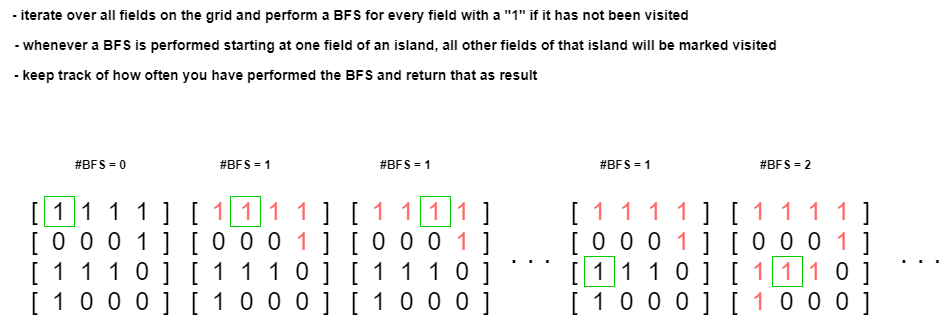
Above: Python3/img/NumberOfIslands.png in ashiven/leetcode-solutions (draw.io), before the change. Source tidied: cells renumbered, new cells last; positions are measured from the earlier drawing's top-left corner, leaving out a move shared by most shapes.
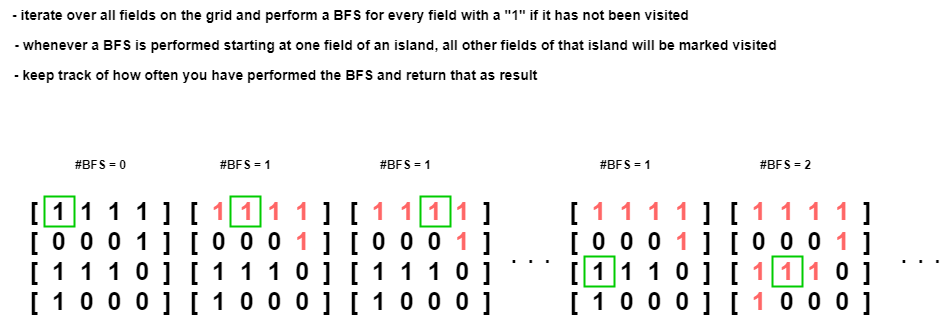
Above is the later version.

The edit, as a diff of the source:
```diff
@@ -1,65 +1,65 @@
-<mxGraphModel>
+<mxGraphModel background="#ffffff">
   <root>
     <mxCell id="0" />
     <mxCell id="1" parent="0" />
-    <mxCell id="2" value="[&amp;nbsp; &lt;font color=&quot;#ff6666&quot;&gt;1&lt;/font&gt;&amp;nbsp; &lt;font color=&quot;#ff6666&quot;&gt;1&lt;/font&gt;&amp;nbsp; &lt;font color=&quot;#ff6666&quot;&gt;1&lt;/font&gt;&amp;nbsp; &lt;font color=&quot;#ff6666&quot;&gt;1&lt;/font&gt;&amp;nbsp; ]&lt;br style=&quot;font-size: 25px;&quot;&gt;[&amp;nbsp; 0&amp;nbsp; 0&amp;nbsp; 0&amp;nbsp; &lt;font color=&quot;#ff6666&quot;&gt;1&lt;/font&gt;&amp;nbsp; ]&lt;br style=&quot;font-size: 25px;&quot;&gt;[&amp;nbsp; &lt;font color=&quot;#ff6666&quot;&gt;1&lt;/font&gt;&amp;nbsp; &lt;font color=&quot;#ff6666&quot;&gt;1&amp;nbsp; 1&lt;/font&gt;&amp;nbsp; 0&amp;nbsp; ]&lt;br style=&quot;font-size: 25px;&quot;&gt;[&amp;nbsp; &lt;font color=&quot;#ff6666&quot;&gt;1&lt;/font&gt;&amp;nbsp; 0&amp;nbsp; 0&amp;nbsp; 0&amp;nbsp; ]" style="text;html=1;align=center;verticalAlign=middle;strokeColor=none;fillColor=none;fontSize=25;" parent="1" vertex="1">
-      <mxGeometry x="720" y="190" width="160" height="130" as="geometry" />
+    <mxCell id="2" value="[&amp;nbsp; &lt;font color=&quot;#ff6666&quot;&gt;1&lt;/font&gt;&amp;nbsp; &lt;font color=&quot;#ff6666&quot;&gt;1&lt;/font&gt;&amp;nbsp; &lt;font color=&quot;#ff6666&quot;&gt;1&lt;/font&gt;&amp;nbsp; &lt;font color=&quot;#ff6666&quot;&gt;1&lt;/font&gt;&amp;nbsp; ]&lt;br style=&quot;font-size: 25px;&quot;&gt;[&amp;nbsp; 0&amp;nbsp; 0&amp;nbsp; 0&amp;nbsp; &lt;font color=&quot;#ff6666&quot;&gt;1&lt;/font&gt;&amp;nbsp; ]&lt;br style=&quot;font-size: 25px;&quot;&gt;[&amp;nbsp; &lt;font color=&quot;#ff6666&quot;&gt;1&lt;/font&gt;&amp;nbsp; &lt;font color=&quot;#ff6666&quot;&gt;1&amp;nbsp; 1&lt;/font&gt;&amp;nbsp; 0&amp;nbsp; ]&lt;br style=&quot;font-size: 25px;&quot;&gt;[&amp;nbsp; &lt;font color=&quot;#ff6666&quot;&gt;1&lt;/font&gt;&amp;nbsp; 0&amp;nbsp; 0&amp;nbsp; 0&amp;nbsp; ]" style="text;html=1;align=center;verticalAlign=middle;strokeColor=none;fillColor=none;fontSize=25;fontStyle=1;strokeWidth=2;" parent="1" vertex="1">
+      <mxGeometry x="715" y="190" width="170" height="130" as="geometry" />
     </mxCell>
-    <mxCell id="3" style="rounded=0;whiteSpace=wrap;html=1;fillColor=none;strokeColor=#00CC00;" parent="1" vertex="1">
+    <mxCell id="3" style="rounded=0;whiteSpace=wrap;html=1;fillColor=none;strokeColor=#00CC00;fontStyle=1;strokeWidth=2;" parent="1" vertex="1">
       <mxGeometry x="772" y="256" width="30" height="30" as="geometry" />
     </mxCell>
-    <mxCell id="4" value="- iterate over all fields on the grid and perform a BFS for every field with a &quot;1&quot; if it has not been visited" style="text;html=1;align=center;verticalAlign=middle;strokeColor=none;fillColor=none;fontStyle=1;fontSize=14;" parent="1" vertex="1">
+    <mxCell id="4" value="- iterate over all fields on the grid and perform a BFS for every field with a &quot;1&quot; if it has not been visited" style="text;html=1;align=center;verticalAlign=middle;strokeColor=none;fillColor=none;fontStyle=1;fontSize=14;strokeWidth=2;" parent="1" vertex="1">
       <mxGeometry width="700" height="30" as="geometry" />
     </mxCell>
-    <mxCell id="5" value="- keep track of how often you have performed the BFS and return that as result" style="text;html=1;align=center;verticalAlign=middle;strokeColor=none;fillColor=none;fontStyle=1;fontSize=14;" parent="1" vertex="1">
+    <mxCell id="5" value="- keep track of how often you have performed the BFS and return that as result" style="text;html=1;align=center;verticalAlign=middle;strokeColor=none;fillColor=none;fontStyle=1;fontSize=14;strokeWidth=2;" parent="1" vertex="1">
       <mxGeometry y="60" width="550" height="30" as="geometry" />
     </mxCell>
-    <mxCell id="6" value="- whenever a BFS is performed starting at one field of an island, all other fields of that island will be marked visited" style="text;html=1;align=center;verticalAlign=middle;strokeColor=none;fillColor=none;fontStyle=1;fontSize=14;" parent="1" vertex="1">
+    <mxCell id="6" value="- whenever a BFS is performed starting at one field of an island, all other fields of that island will be marked visited" style="text;html=1;align=center;verticalAlign=middle;strokeColor=none;fillColor=none;fontStyle=1;fontSize=14;strokeWidth=2;" parent="1" vertex="1">
       <mxGeometry y="30" width="790" height="30" as="geometry" />
     </mxCell>
-    <mxCell id="7" value="[&amp;nbsp; 1&amp;nbsp; 1&amp;nbsp; 1&amp;nbsp; 1&amp;nbsp; ]&lt;br style=&quot;font-size: 25px;&quot;&gt;[&amp;nbsp; 0&amp;nbsp; 0&amp;nbsp; 0&amp;nbsp; 1&amp;nbsp; ]&lt;br style=&quot;font-size: 25px;&quot;&gt;[&amp;nbsp; 1&amp;nbsp; 1&amp;nbsp; 1&amp;nbsp; 0&amp;nbsp; ]&lt;br style=&quot;font-size: 25px;&quot;&gt;[&amp;nbsp; 1&amp;nbsp; 0&amp;nbsp; 0&amp;nbsp; 0&amp;nbsp; ]" style="text;html=1;align=center;verticalAlign=middle;strokeColor=none;fillColor=none;fontSize=25;" parent="1" vertex="1">
-      <mxGeometry x="20" y="190" width="160" height="130" as="geometry" />
+    <mxCell id="7" value="[&amp;nbsp; 1&amp;nbsp; 1&amp;nbsp; 1&amp;nbsp; 1&amp;nbsp; ]&lt;br style=&quot;font-size: 25px;&quot;&gt;[&amp;nbsp; 0&amp;nbsp; 0&amp;nbsp; 0&amp;nbsp; 1&amp;nbsp; ]&lt;br style=&quot;font-size: 25px;&quot;&gt;[&amp;nbsp; 1&amp;nbsp; 1&amp;nbsp; 1&amp;nbsp; 0&amp;nbsp; ]&lt;br style=&quot;font-size: 25px;&quot;&gt;[&amp;nbsp; 1&amp;nbsp; 0&amp;nbsp; 0&amp;nbsp; 0&amp;nbsp; ]" style="text;html=1;align=center;verticalAlign=middle;strokeColor=none;fillColor=none;fontSize=25;fontStyle=1;strokeWidth=2;" parent="1" vertex="1">
+      <mxGeometry x="15" y="190" width="170" height="130" as="geometry" />
     </mxCell>
-    <mxCell id="8" style="rounded=0;whiteSpace=wrap;html=1;fillColor=none;strokeColor=#00CC00;" parent="1" vertex="1">
+    <mxCell id="8" style="rounded=0;whiteSpace=wrap;html=1;fillColor=none;strokeColor=#00CC00;fontStyle=1;strokeWidth=2;" parent="1" vertex="1">
       <mxGeometry x="44" y="196" width="30" height="30" as="geometry" />
     </mxCell>
-    <mxCell id="9" value="[&amp;nbsp; &lt;font color=&quot;#ff6666&quot;&gt;1&lt;/font&gt;&amp;nbsp; &lt;font color=&quot;#ff6666&quot;&gt;1&lt;/font&gt;&amp;nbsp; &lt;font color=&quot;#ff6666&quot;&gt;1&lt;/font&gt;&amp;nbsp; &lt;font color=&quot;#ff6666&quot;&gt;1&lt;/font&gt;&amp;nbsp; ]&lt;br style=&quot;font-size: 25px;&quot;&gt;[&amp;nbsp; 0&amp;nbsp; 0&amp;nbsp; 0&amp;nbsp; &lt;font color=&quot;#ff6666&quot;&gt;1&lt;/font&gt;&amp;nbsp; ]&lt;br style=&quot;font-size: 25px;&quot;&gt;[&amp;nbsp; 1&amp;nbsp; 1&amp;nbsp; 1&amp;nbsp; 0&amp;nbsp; ]&lt;br style=&quot;font-size: 25px;&quot;&gt;[&amp;nbsp; 1&amp;nbsp; 0&amp;nbsp; 0&amp;nbsp; 0&amp;nbsp; ]" style="text;html=1;align=center;verticalAlign=middle;strokeColor=none;fillColor=none;fontSize=25;" parent="1" vertex="1">
-      <mxGeometry x="180" y="190" width="160" height="130" as="geometry" />
+    <mxCell id="9" value="[&amp;nbsp; &lt;font color=&quot;#ff6666&quot;&gt;1&lt;/font&gt;&amp;nbsp; &lt;font color=&quot;#ff6666&quot;&gt;1&lt;/font&gt;&amp;nbsp; &lt;font color=&quot;#ff6666&quot;&gt;1&lt;/font&gt;&amp;nbsp; &lt;font color=&quot;#ff6666&quot;&gt;1&lt;/font&gt;&amp;nbsp; ]&lt;br style=&quot;font-size: 25px;&quot;&gt;[&amp;nbsp; 0&amp;nbsp; 0&amp;nbsp; 0&amp;nbsp; &lt;font color=&quot;#ff6666&quot;&gt;1&lt;/font&gt;&amp;nbsp; ]&lt;br style=&quot;font-size: 25px;&quot;&gt;[&amp;nbsp; 1&amp;nbsp; 1&amp;nbsp; 1&amp;nbsp; 0&amp;nbsp; ]&lt;br style=&quot;font-size: 25px;&quot;&gt;[&amp;nbsp; 1&amp;nbsp; 0&amp;nbsp; 0&amp;nbsp; 0&amp;nbsp; ]" style="text;html=1;align=center;verticalAlign=middle;strokeColor=none;fillColor=none;fontSize=25;fontStyle=1;strokeWidth=2;" parent="1" vertex="1">
+      <mxGeometry x="175" y="190" width="170" height="130" as="geometry" />
     </mxCell>
-    <mxCell id="10" style="rounded=0;whiteSpace=wrap;html=1;fillColor=none;strokeColor=#00CC00;" parent="1" vertex="1">
+    <mxCell id="10" style="rounded=0;whiteSpace=wrap;html=1;fillColor=none;strokeColor=#00CC00;fontStyle=1;strokeWidth=2;" parent="1" vertex="1">
       <mxGeometry x="230" y="196" width="30" height="30" as="geometry" />
     </mxCell>
-    <mxCell id="11" value="#BFS = 0" style="text;html=1;align=center;verticalAlign=middle;strokeColor=none;fillColor=none;fontStyle=1;" parent="1" vertex="1">
+    <mxCell id="11" value="#BFS = 0" style="text;html=1;align=center;verticalAlign=middle;strokeColor=none;fillColor=none;fontStyle=1;strokeWidth=2;" parent="1" vertex="1">
       <mxGeometry x="65" y="150" width="70" height="30" as="geometry" />
     </mxCell>
-    <mxCell id="12" value="#BFS = 1" style="text;html=1;align=center;verticalAlign=middle;strokeColor=none;fillColor=none;fontStyle=1;" parent="1" vertex="1">
+    <mxCell id="12" value="#BFS = 1" style="text;html=1;align=center;verticalAlign=middle;strokeColor=none;fillColor=none;fontStyle=1;strokeWidth=2;" parent="1" vertex="1">
       <mxGeometry x="210" y="150" width="70" height="30" as="geometry" />
     </mxCell>
-    <mxCell id="13" value="[&amp;nbsp; &lt;font color=&quot;#ff6666&quot;&gt;1&lt;/font&gt;&amp;nbsp; &lt;font color=&quot;#ff6666&quot;&gt;1&lt;/font&gt;&amp;nbsp; &lt;font color=&quot;#ff6666&quot;&gt;1&lt;/font&gt;&amp;nbsp; &lt;font color=&quot;#ff6666&quot;&gt;1&lt;/font&gt;&amp;nbsp; ]&lt;br style=&quot;font-size: 25px;&quot;&gt;[&amp;nbsp; 0&amp;nbsp; 0&amp;nbsp; 0&amp;nbsp; &lt;font color=&quot;#ff6666&quot;&gt;1&lt;/font&gt;&amp;nbsp; ]&lt;br style=&quot;font-size: 25px;&quot;&gt;[&amp;nbsp; 1&amp;nbsp; 1&amp;nbsp; 1&amp;nbsp; 0&amp;nbsp; ]&lt;br style=&quot;font-size: 25px;&quot;&gt;[&amp;nbsp; 1&amp;nbsp; 0&amp;nbsp; 0&amp;nbsp; 0&amp;nbsp; ]" style="text;html=1;align=center;verticalAlign=middle;strokeColor=none;fillColor=none;fontSize=25;" parent="1" vertex="1">
-      <mxGeometry x="340" y="190" width="160" height="130" as="geometry" />
+    <mxCell id="13" value="[&amp;nbsp; &lt;font color=&quot;#ff6666&quot;&gt;1&lt;/font&gt;&amp;nbsp; &lt;font color=&quot;#ff6666&quot;&gt;1&lt;/font&gt;&amp;nbsp; &lt;font color=&quot;#ff6666&quot;&gt;1&lt;/font&gt;&amp;nbsp; &lt;font color=&quot;#ff6666&quot;&gt;1&lt;/font&gt;&amp;nbsp; ]&lt;br style=&quot;font-size: 25px;&quot;&gt;[&amp;nbsp; 0&amp;nbsp; 0&amp;nbsp; 0&amp;nbsp; &lt;font color=&quot;#ff6666&quot;&gt;1&lt;/font&gt;&amp;nbsp; ]&lt;br style=&quot;font-size: 25px;&quot;&gt;[&amp;nbsp; 1&amp;nbsp; 1&amp;nbsp; 1&amp;nbsp; 0&amp;nbsp; ]&lt;br style=&quot;font-size: 25px;&quot;&gt;[&amp;nbsp; 1&amp;nbsp; 0&amp;nbsp; 0&amp;nbsp; 0&amp;nbsp; ]" style="text;html=1;align=center;verticalAlign=middle;strokeColor=none;fillColor=none;fontSize=25;fontStyle=1;strokeWidth=2;" parent="1" vertex="1">
+      <mxGeometry x="335" y="190" width="170" height="130" as="geometry" />
     </mxCell>
-    <mxCell id="14" style="rounded=0;whiteSpace=wrap;html=1;fillColor=none;strokeColor=#00CC00;" parent="1" vertex="1">
+    <mxCell id="14" style="rounded=0;whiteSpace=wrap;html=1;fillColor=none;strokeColor=#00CC00;fontStyle=1;strokeWidth=2;" parent="1" vertex="1">
       <mxGeometry x="420" y="196" width="30" height="30" as="geometry" />
     </mxCell>
-    <mxCell id="15" value="#BFS = 1" style="text;html=1;align=center;verticalAlign=middle;strokeColor=none;fillColor=none;fontStyle=1;" parent="1" vertex="1">
+    <mxCell id="15" value="#BFS = 1" style="text;html=1;align=center;verticalAlign=middle;strokeColor=none;fillColor=none;fontStyle=1;strokeWidth=2;" parent="1" vertex="1">
       <mxGeometry x="370" y="150" width="70" height="30" as="geometry" />
     </mxCell>
-    <mxCell id="16" value=".&amp;nbsp; .&amp;nbsp; ." style="text;html=1;align=center;verticalAlign=middle;strokeColor=none;fillColor=none;fontSize=20;fontStyle=1;" parent="1" vertex="1">
+    <mxCell id="16" value=".&amp;nbsp; .&amp;nbsp; ." style="text;html=1;align=center;verticalAlign=middle;strokeColor=none;fillColor=none;fontSize=20;fontStyle=1;strokeWidth=2;" parent="1" vertex="1">
       <mxGeometry x="500" y="235" width="60" height="40" as="geometry" />
     </mxCell>
-    <mxCell id="17" value="[&amp;nbsp; &lt;font color=&quot;#ff6666&quot;&gt;1&lt;/font&gt;&amp;nbsp; &lt;font color=&quot;#ff6666&quot;&gt;1&lt;/font&gt;&amp;nbsp; &lt;font color=&quot;#ff6666&quot;&gt;1&lt;/font&gt;&amp;nbsp; &lt;font color=&quot;#ff6666&quot;&gt;1&lt;/font&gt;&amp;nbsp; ]&lt;br style=&quot;font-size: 25px;&quot;&gt;[&amp;nbsp; 0&amp;nbsp; 0&amp;nbsp; 0&amp;nbsp; &lt;font color=&quot;#ff6666&quot;&gt;1&lt;/font&gt;&amp;nbsp; ]&lt;br style=&quot;font-size: 25px;&quot;&gt;[&amp;nbsp; 1&amp;nbsp; 1&amp;nbsp; 1&amp;nbsp; 0&amp;nbsp; ]&lt;br style=&quot;font-size: 25px;&quot;&gt;[&amp;nbsp; 1&amp;nbsp; 0&amp;nbsp; 0&amp;nbsp; 0&amp;nbsp; ]" style="text;html=1;align=center;verticalAlign=middle;strokeColor=none;fillColor=none;fontSize=25;" parent="1" vertex="1">
-      <mxGeometry x="560" y="190" width="160" height="130" as="geometry" />
+    <mxCell id="17" value="[&amp;nbsp; &lt;font color=&quot;#ff6666&quot;&gt;1&lt;/font&gt;&amp;nbsp; &lt;font color=&quot;#ff6666&quot;&gt;1&lt;/font&gt;&amp;nbsp; &lt;font color=&quot;#ff6666&quot;&gt;1&lt;/font&gt;&amp;nbsp; &lt;font color=&quot;#ff6666&quot;&gt;1&lt;/font&gt;&amp;nbsp; ]&lt;br style=&quot;font-size: 25px;&quot;&gt;[&amp;nbsp; 0&amp;nbsp; 0&amp;nbsp; 0&amp;nbsp; &lt;font color=&quot;#ff6666&quot;&gt;1&lt;/font&gt;&amp;nbsp; ]&lt;br style=&quot;font-size: 25px;&quot;&gt;[&amp;nbsp; 1&amp;nbsp; 1&amp;nbsp; 1&amp;nbsp; 0&amp;nbsp; ]&lt;br style=&quot;font-size: 25px;&quot;&gt;[&amp;nbsp; 1&amp;nbsp; 0&amp;nbsp; 0&amp;nbsp; 0&amp;nbsp; ]" style="text;html=1;align=center;verticalAlign=middle;strokeColor=none;fillColor=none;fontSize=25;fontStyle=1;strokeWidth=2;" parent="1" vertex="1">
+      <mxGeometry x="555" y="190" width="170" height="130" as="geometry" />
     </mxCell>
-    <mxCell id="18" style="rounded=0;whiteSpace=wrap;html=1;fillColor=none;strokeColor=#00CC00;" parent="1" vertex="1">
+    <mxCell id="18" style="rounded=0;whiteSpace=wrap;html=1;fillColor=none;strokeColor=#00CC00;fontStyle=1;strokeWidth=2;" parent="1" vertex="1">
       <mxGeometry x="584" y="256" width="30" height="30" as="geometry" />
     </mxCell>
-    <mxCell id="19" value="#BFS = 1" style="text;html=1;align=center;verticalAlign=middle;strokeColor=none;fillColor=none;fontStyle=1;" parent="1" vertex="1">
+    <mxCell id="19" value="#BFS = 1" style="text;html=1;align=center;verticalAlign=middle;strokeColor=none;fillColor=none;fontStyle=1;strokeWidth=2;" parent="1" vertex="1">
       <mxGeometry x="590" y="150" width="70" height="30" as="geometry" />
     </mxCell>
-    <mxCell id="20" value="#BFS = 2" style="text;html=1;align=center;verticalAlign=middle;strokeColor=none;fillColor=none;fontStyle=1;" parent="1" vertex="1">
+    <mxCell id="20" value="#BFS = 2" style="text;html=1;align=center;verticalAlign=middle;strokeColor=none;fillColor=none;fontStyle=1;strokeWidth=2;" parent="1" vertex="1">
       <mxGeometry x="750" y="150" width="70" height="30" as="geometry" />
     </mxCell>
-    <mxCell id="21" value=".&amp;nbsp; .&amp;nbsp; ." style="text;html=1;align=center;verticalAlign=middle;strokeColor=none;fillColor=none;fontSize=20;fontStyle=1;" parent="1" vertex="1">
+    <mxCell id="21" value=".&amp;nbsp; .&amp;nbsp; ." style="text;html=1;align=center;verticalAlign=middle;strokeColor=none;fillColor=none;fontSize=20;fontStyle=1;strokeWidth=2;" parent="1" vertex="1">
       <mxGeometry x="890" y="235" width="60" height="40" as="geometry" />
     </mxCell>
   </root>
```
